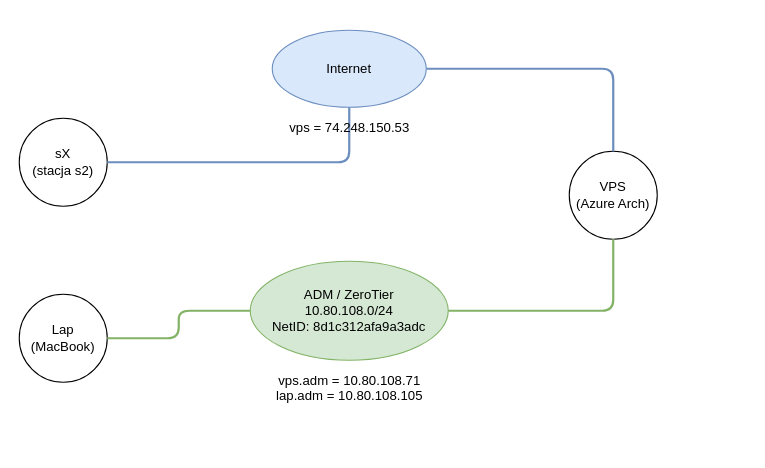
The draw.io diagram labsk/c5/ADM.drawio in mat787/mat787, before the edit. Source tidied: cells renumbered, new cells numbered last; positions are measured from the earlier drawing's top-left corner, leaving out a move shared by most shapes. Both pictures are drawn from the tidied source at 110%, with x=0, y=0 at pixel (19, 30).
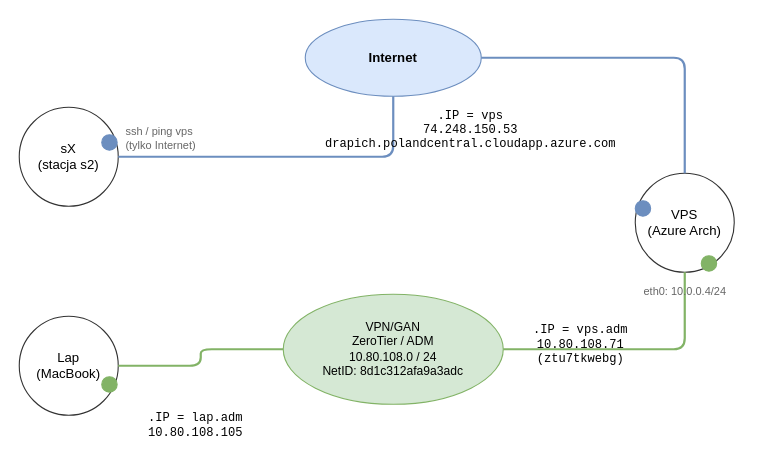
After the change.

Commit message (it also covers changes not shown here):
labsk/c5: ADM.drawio z poprawnymi adresami IP

The edit, as a diff of the source:
```diff
@@
 <mxGraphModel>
   <root>
     <mxCell id="0" />
     <mxCell id="1" parent="0" />
-    <mxCell id="2" value="Internet" style="ellipse;whiteSpace=wrap;html=1;fillColor=#dae8fc;strokeColor=#6c8ebf;" parent="1" vertex="1">
-      <mxGeometry x="230" width="140" height="70" as="geometry" />
+    <mxCell id="2" value="Internet" style="ellipse;whiteSpace=wrap;html=1;fillColor=#dae8fc;strokeColor=#6c8ebf;fontStyle=1;" parent="1" vertex="1">
+      <mxGeometry x="260" y="-10" width="160" height="70" as="geometry" />
     </mxCell>
-    <mxCell id="3" value="ADM / ZeroTier&#10;10.80.108.0/24&#10;NetID: 8d1c312afa9a3adc" style="ellipse;whiteSpace=wrap;html=1;fillColor=#d5e8d4;strokeColor=#82b366;" parent="1" vertex="1">
-      <mxGeometry x="210" y="210" width="180" height="90" as="geometry" />
+    <mxCell id="3" value="VPN/GAN&#10;ZeroTier / ADM&#10;10.80.108.0 / 24&#10;NetID: 8d1c312afa9a3adc" style="ellipse;whiteSpace=wrap;html=1;fillColor=#d5e8d4;strokeColor=#82b366;fontStyle=0;fontSize=11;" parent="1" vertex="1">
+      <mxGeometry x="240" y="240" width="200" height="100" as="geometry" />
     </mxCell>
-    <mxCell id="4" value="sX&#10;(stacja s2)" style="ellipse;whiteSpace=wrap;html=1;" parent="1" vertex="1">
-      <mxGeometry y="80" width="80" height="80" as="geometry" />
+    <mxCell id="4" value="sX&#10;(stacja s2)" style="ellipse;whiteSpace=wrap;html=1;fillColor=#ffffff;strokeColor=#333333;" parent="1" vertex="1">
+      <mxGeometry y="70" width="90" height="90" as="geometry" />
     </mxCell>
-    <mxCell id="5" value="Lap&#10;(MacBook)" style="ellipse;whiteSpace=wrap;html=1;" parent="1" vertex="1">
-      <mxGeometry y="240" width="80" height="80" as="geometry" />
+    <mxCell id="5" value="Lap&#10;(MacBook)" style="ellipse;whiteSpace=wrap;html=1;fillColor=#ffffff;strokeColor=#333333;" parent="1" vertex="1">
+      <mxGeometry y="260" width="90" height="90" as="geometry" />
     </mxCell>
-    <mxCell id="6" value="VPS&#10;(Azure Arch)" style="ellipse;whiteSpace=wrap;html=1;" parent="1" vertex="1">
-      <mxGeometry x="500" y="110" width="80" height="80" as="geometry" />
+    <mxCell id="6" value="VPS&#10;(Azure Arch)" style="ellipse;whiteSpace=wrap;html=1;fillColor=#ffffff;strokeColor=#333333;" parent="1" vertex="1">
+      <mxGeometry x="560" y="130" width="90" height="90" as="geometry" />
     </mxCell>
+    <mxCell id="13" style="ellipse;whiteSpace=wrap;html=1;fillColor=#6c8ebf;strokeColor=#6c8ebf;" parent="1" vertex="1">
+      <mxGeometry x="75" y="95" width="14" height="14" as="geometry" />
+    </mxCell>
+    <mxCell id="14" style="ellipse;whiteSpace=wrap;html=1;fillColor=#6c8ebf;strokeColor=#6c8ebf;" parent="1" vertex="1">
+      <mxGeometry x="560" y="155" width="14" height="14" as="geometry" />
+    </mxCell>
+    <mxCell id="15" style="ellipse;whiteSpace=wrap;html=1;fillColor=#82b366;strokeColor=#82b366;" parent="1" vertex="1">
+      <mxGeometry x="75" y="315" width="14" height="14" as="geometry" />
+    </mxCell>
+    <mxCell id="16" style="ellipse;whiteSpace=wrap;html=1;fillColor=#82b366;strokeColor=#82b366;" parent="1" vertex="1">
+      <mxGeometry x="620" y="205" width="14" height="14" as="geometry" />
+    </mxCell>
     <mxCell id="7" style="edgeStyle=orthogonalEdgeStyle;strokeColor=#6c8ebf;strokeWidth=2;endArrow=none;" parent="1" edge="1" source="4" target="2">
       <mxGeometry relative="1" as="geometry" />
     </mxCell>
     <mxCell id="8" style="edgeStyle=orthogonalEdgeStyle;strokeColor=#6c8ebf;strokeWidth=2;endArrow=none;" parent="1" edge="1" source="2" target="6">
       <mxGeometry relative="1" as="geometry" />
     </mxCell>
     <mxCell id="9" style="edgeStyle=orthogonalEdgeStyle;strokeColor=#82b366;strokeWidth=2;endArrow=none;" parent="1" edge="1" source="5" target="3">
       <mxGeometry relative="1" as="geometry" />
     </mxCell>
     <mxCell id="10" style="edgeStyle=orthogonalEdgeStyle;strokeColor=#82b366;strokeWidth=2;endArrow=none;" parent="1" edge="1" source="3" target="6">
       <mxGeometry relative="1" as="geometry" />
     </mxCell>
-    <mxCell id="11" value="vps = 74.248.150.53" style="text;html=1;strokeColor=none;fillColor=none;align=center;" parent="1" vertex="1">
-      <mxGeometry x="240" y="75" width="120" height="20" as="geometry" />
-    </mxCell>
-    <mxCell id="12" value="vps.adm = 10.80.108.71&#10;lap.adm = 10.80.108.105" style="text;html=1;strokeColor=none;fillColor=none;align=center;" parent="1" vertex="1">
-      <mxGeometry x="220" y="305" width="160" height="40" as="geometry" />
-    </mxCell>
+    <mxCell id="17" value=".IP = vps&#10;74.248.150.53&#10;drapich.polandcentral.cloudapp.azure.com" style="text;html=1;strokeColor=none;fillColor=none;align=center;fontFamily=Courier New;fontSize=11;" parent="1" vertex="1">
+      <mxGeometry x="270" y="65" width="280" height="50" as="geometry" />
+    </mxCell>
+    <mxCell id="18" value=".IP = vps.adm&#10;10.80.108.71&#10;(ztu7tkwebg)" style="text;html=1;strokeColor=none;fillColor=none;align=center;fontFamily=Courier New;fontSize=11;" parent="1" vertex="1">
+      <mxGeometry x="440" y="260" width="140" height="50" as="geometry" />
+    </mxCell>
+    <mxCell id="19" value=".IP = lap.adm&#10;10.80.108.105" style="text;html=1;strokeColor=none;fillColor=none;align=center;fontFamily=Courier New;fontSize=11;" parent="1" vertex="1">
+      <mxGeometry x="95" y="340" width="130" height="40" as="geometry" />
+    </mxCell>
+    <mxCell id="20" value="ssh / ping vps&#10;(tylko Internet)" style="text;html=1;strokeColor=none;fillColor=none;align=left;fontSize=10;fontColor=#666666;" parent="1" vertex="1">
+      <mxGeometry x="95" y="80" width="130" height="40" as="geometry" />
+    </mxCell>
+    <mxCell id="21" value="eth0: 10.0.0.4/24" style="text;html=1;strokeColor=none;fillColor=none;align=center;fontSize=10;fontColor=#666666;" parent="1" vertex="1">
+      <mxGeometry x="550" y="225" width="110" height="20" as="geometry" />
+    </mxCell>
   </root>
 </mxGraphModel>
```
